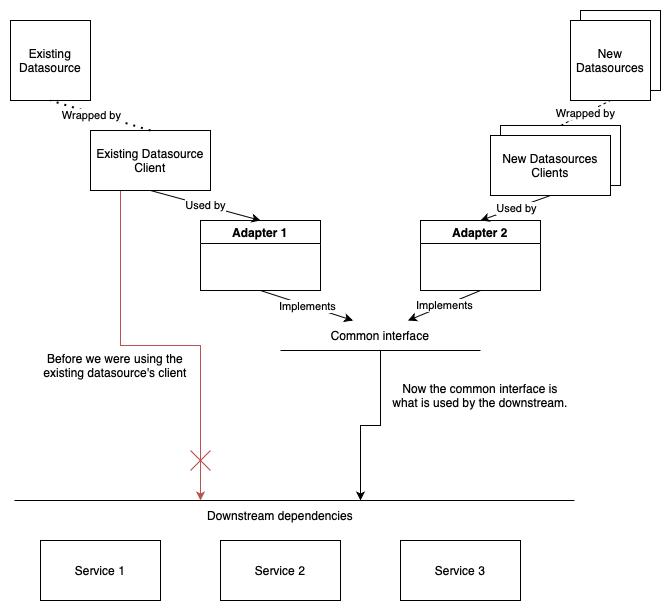
Earlier version of the draw.io export build/datasource-replacement-system-design.png (junaidzm13/website). Source tidied: cells renumbered, new cells last; positions are measured from the earlier drawing's top-left corner, leaving out a move shared by most shapes.
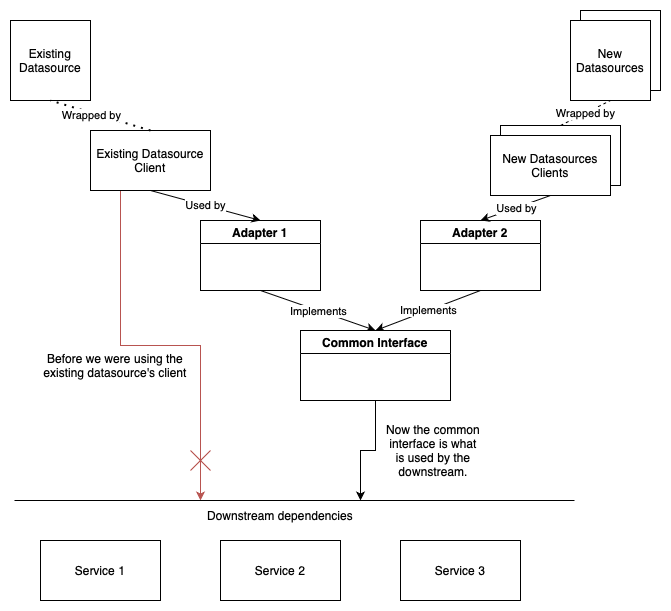
After the commit.

Change to the diagram source:
```diff
@@ -53,18 +53,9 @@
     <mxCell id="17" value="Downstream dependencies" style="text;html=1;align=center;verticalAlign=middle;whiteSpace=wrap;rounded=0;" parent="1" vertex="1">
       <mxGeometry x="110" y="490" width="320" height="30" as="geometry" />
     </mxCell>
-    <mxCell id="18" style="endArrow=none;html=1;rounded=0;" parent="1" edge="1">
-      <mxGeometry relative="1" as="geometry">
-        <mxPoint x="270" y="340" as="sourcePoint" />
-        <mxPoint x="470" y="340" as="targetPoint" />
-      </mxGeometry>
-    </mxCell>
-    <mxCell id="19" style="edgeStyle=orthogonalEdgeStyle;rounded=0;jettySize=auto;html=1;exitX=0.5;exitY=1;exitDx=0;exitDy=0;entryX=0.75;entryY=0;entryDx=0;entryDy=0;" parent="1" edge="1" source="20" target="17">
+    <mxCell id="19" style="edgeStyle=orthogonalEdgeStyle;rounded=0;jettySize=auto;html=1;entryX=0.75;entryY=0;entryDx=0;entryDy=0;exitX=0.5;exitY=1;exitDx=0;exitDy=0;" parent="1" edge="1" source="34" target="17">
       <mxGeometry relative="1" as="geometry" />
     </mxCell>
-    <mxCell id="20" value="Common interface" style="text;html=1;align=center;verticalAlign=middle;whiteSpace=wrap;rounded=0;" parent="1" vertex="1">
-      <mxGeometry x="315" y="310" width="110" height="30" as="geometry" />
-    </mxCell>
     <mxCell id="21" value="Before we were using the existing datasource's client" style="text;html=1;align=center;verticalAlign=middle;whiteSpace=wrap;rounded=0;" parent="1" vertex="1">
       <mxGeometry x="30" y="340" width="150" height="30" as="geometry" />
     </mxCell>
@@ -86,23 +77,26 @@
     <mxCell id="27" value="Used by" style="edgeLabel;html=1;align=center;verticalAlign=middle;" parent="26" vertex="1">
       <mxGeometry relative="1" as="geometry" />
     </mxCell>
-    <mxCell id="28" style="endArrow=classic;html=1;rounded=0;exitX=0.5;exitY=1;exitDx=0;exitDy=0;entryX=0.25;entryY=0;entryDx=0;entryDy=0;" parent="1" edge="1" source="22" target="20">
+    <mxCell id="28" style="endArrow=classic;html=1;rounded=0;exitX=0.5;exitY=1;exitDx=0;exitDy=0;entryX=0.5;entryY=0;entryDx=0;entryDy=0;" parent="1" edge="1" source="22" target="34">
       <mxGeometry relative="1" as="geometry" />
     </mxCell>
     <mxCell id="29" value="Implements" style="edgeLabel;html=1;align=center;verticalAlign=middle;" parent="28" vertex="1">
       <mxGeometry relative="1" as="geometry" />
     </mxCell>
-    <mxCell id="30" style="endArrow=classic;html=1;rounded=0;exitX=0.5;exitY=1;exitDx=0;exitDy=0;entryX=0.75;entryY=0;entryDx=0;entryDy=0;" parent="1" edge="1" source="25" target="20">
+    <mxCell id="30" style="endArrow=classic;html=1;rounded=0;exitX=0.5;exitY=1;exitDx=0;exitDy=0;entryX=0.5;entryY=0;entryDx=0;entryDy=0;" parent="1" edge="1" source="25" target="34">
       <mxGeometry relative="1" as="geometry" />
     </mxCell>
     <mxCell id="31" value="Implements" style="edgeLabel;html=1;align=center;verticalAlign=middle;" parent="30" vertex="1">
       <mxGeometry relative="1" as="geometry" />
     </mxCell>
     <mxCell id="32" value="Now the common interface is what is used by the downstream." style="text;html=1;align=center;verticalAlign=middle;whiteSpace=wrap;rounded=0;" parent="1" vertex="1">
-      <mxGeometry x="380" y="370" width="180" height="30" as="geometry" />
+      <mxGeometry x="373" y="410" width="100" height="60" as="geometry" />
     </mxCell>
     <mxCell id="33" style="shape=mxgraph.sysml.x;fillColor=#f8cecc;strokeColor=#b85450;" parent="1" vertex="1">
       <mxGeometry x="180" y="440" width="20" height="20" as="geometry" />
     </mxCell>
+    <mxCell id="34" value="Common Interface" style="swimlane;whiteSpace=wrap;html=1;" parent="1" vertex="1">
+      <mxGeometry x="290" y="320" width="150" height="70" as="geometry" />
+    </mxCell>
   </root>
 </mxGraphModel>
```
